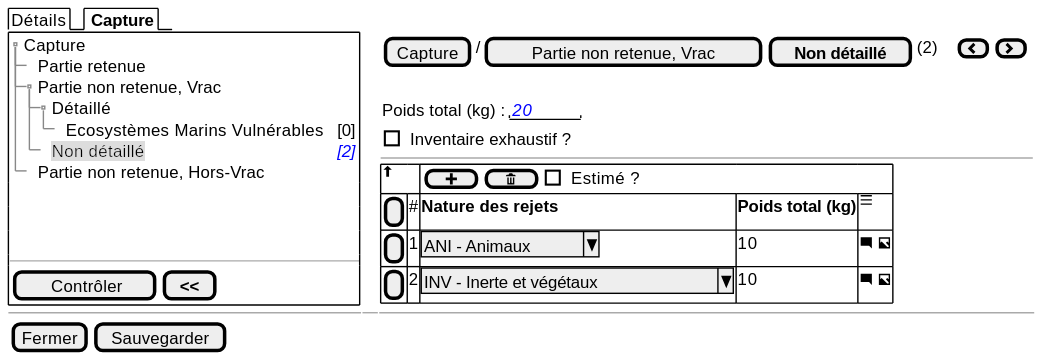
The PlantUML diagram projects/obsmer/spe/images/batch/batch-tree-PNR-VRAC-NDETAIL.svg in sumaris-net/sumaris-doc, before a commit. Its source is kept beside it as projects/obsmer/spe/images/batch/batch-tree-PNR-VRAC-NDETAIL.puml.
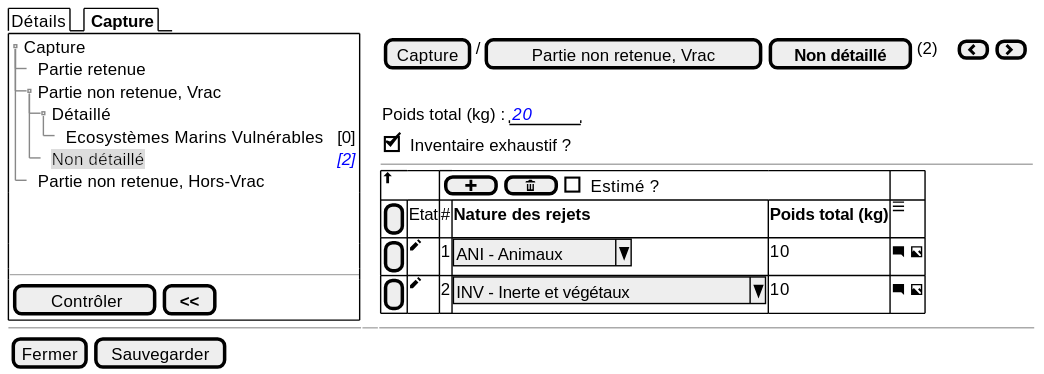
After the change.

What changed in the source:
```diff
@@ -23,14 +23,14 @@
            .
            {Poids total (kg) : | "  <i><color:blue>20  " }
 
-           { [ ] Inventaire exhaustif ? }
+           { [X] Inventaire exhaustif ? }
 
         ---
         {#
             <&arrow-thick-top> | *  | {[ <&plus> ] | [ <&trash> ] | [ ] Estimé ? } | * | *
-            [ ] | # | <b>Nature des rejets  | <b>Poids total (kg)     |  <&menu>
-            [ ] | 1 | ^ ANI - Animaux^         | 10 |  <&comment-square> <&image>
-            [ ] | 2 | ^ INV - Inerte et végétaux ^        |  10 |  <&comment-square> <&image>
+            [ ] | Etat | # | <b>Nature des rejets  | <b>Poids total (kg)     |  <&menu>
+            [ ] | <&pencil> | 1 | ^ ANI - Animaux^         | 10 |  <&comment-square> <&image>
+            [ ] | <&pencil> | 2 | ^ INV - Inerte et végétaux ^        |  10 |  <&comment-square> <&image>
           }
     }
 
```
